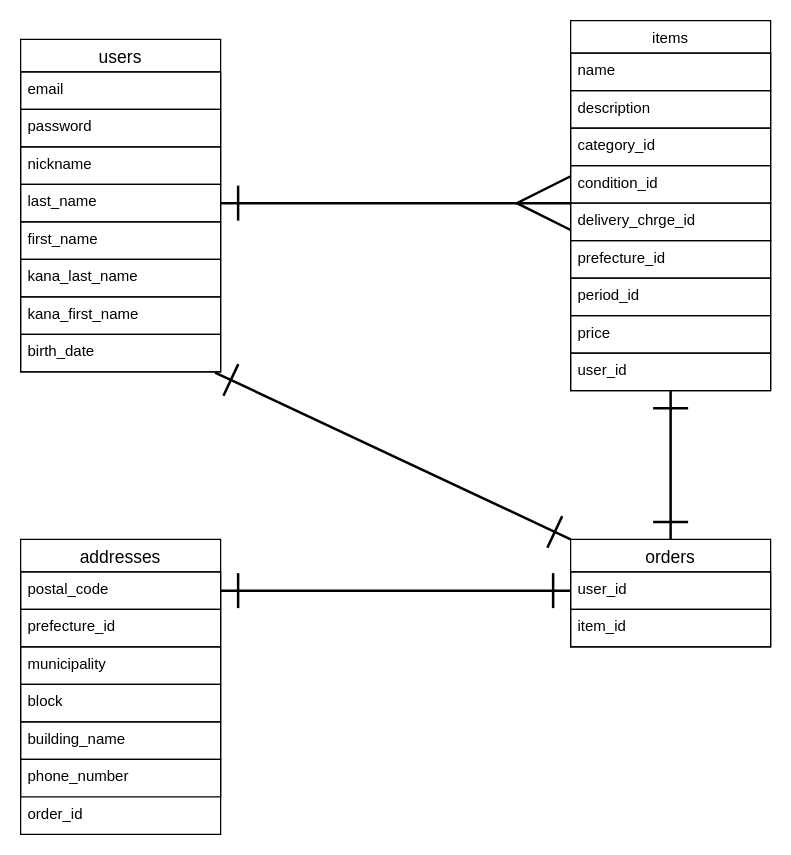
Earlier version of the draw.io diagram ER.dio (shun-09/furima-39851). Source tidied: cells renumbered, new cells numbered last; positions are measured from the earlier drawing's top-left corner, leaving out a move shared by most shapes. Both pictures are drawn from the tidied source at 125%, with x=0, y=0 at pixel (20, 20).
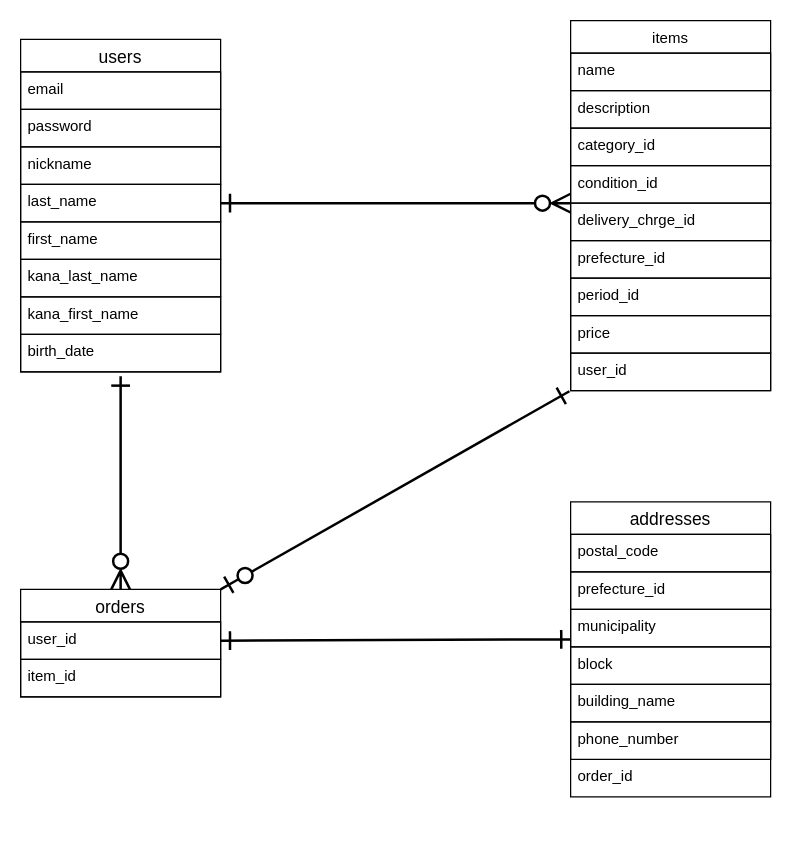
After the change.

Commit message (it also covers changes not shown here):
アソシエーションの修正

Unchanged cells that the change refers to:
```xml
<mxCell id="6" value="last_name" style="text;strokeColor=default;fillColor=none;spacingLeft=4;spacingRight=4;overflow=hidden;points=[[0,0.5],[1,0.5]];portConstraint=eastwest;fontSize=12;" parent="2" vertex="1">
  <mxGeometry y="116" width="160" height="30" as="geometry" />
</mxCell>
<mxCell id="10" value="birth_date" style="text;strokeColor=default;fillColor=none;spacingLeft=4;spacingRight=4;overflow=hidden;points=[[0,0.5],[1,0.5]];portConstraint=eastwest;fontSize=12;" parent="2" vertex="1">
  <mxGeometry y="236" width="160" height="30" as="geometry" />
</mxCell>
<mxCell id="20" value="user_id" style="text;strokeColor=default;fillColor=none;spacingLeft=4;spacingRight=4;overflow=hidden;points=[[0,0.5],[1,0.5]];portConstraint=eastwest;fontSize=12;" parent="11" vertex="1">
  <mxGeometry y="266" width="160" height="30" as="geometry" />
</mxCell>
<mxCell id="23" value="postal_code" style="text;strokeColor=default;fillColor=none;spacingLeft=4;spacingRight=4;overflow=hidden;points=[[0,0.5],[1,0.5]];portConstraint=eastwest;fontSize=12;labelBackgroundColor=none;" parent="22" vertex="1">
  <mxGeometry y="26" width="160" height="30" as="geometry" />
</mxCell>
<mxCell id="33" value="user_id" style="text;strokeColor=default;fillColor=none;spacingLeft=4;spacingRight=4;overflow=hidden;points=[[0,0.5],[1,0.5]];portConstraint=eastwest;fontSize=12;labelBackgroundColor=none;" parent="32" vertex="1">
  <mxGeometry y="26" width="160" height="30" as="geometry" />
</mxCell>
```

The edit, as a diff of the source:
```diff
@@
-    <mxCell id="21" style="edgeStyle=none;html=1;exitX=1;exitY=0.5;exitDx=0;exitDy=0;startArrow=ERone;startFill=0;rounded=1;endArrow=ERmany;endFill=0;sourcePerimeterSpacing=0;strokeWidth=2;jumpSize=6;startSize=25;endSize=40;" parent="1" edge="1" source="6">
+    <mxCell id="21" style="edgeStyle=none;html=1;exitX=1;exitY=0.5;exitDx=0;exitDy=0;startArrow=ERone;startFill=0;rounded=1;endArrow=ERzeroToMany;endFill=0;sourcePerimeterSpacing=0;strokeWidth=2;jumpSize=6;startSize=12;endSize=12;" parent="1" edge="1" source="6">
       <mxGeometry relative="1" as="geometry">
         <mxPoint x="440" y="146" as="targetPoint" />
       </mxGeometry>
     </mxCell>
     <mxCell id="22" value="addresses" style="swimlane;fontStyle=0;horizontal=1;startSize=26;align=center;fontSize=14;labelBackgroundColor=none;strokeColor=default;" parent="1" vertex="1">
-      <mxGeometry y="415" width="160" height="236" as="geometry" />
+      <mxGeometry x="440" y="385" width="160" height="236" as="geometry" />
     </mxCell>
@@
-    <mxCell id="30" style="endArrow=ERone;html=1;rounded=0;strokeWidth=2;fontSize=12;startSize=25;endSize=25;sourcePerimeterSpacing=0;jumpSize=6;exitX=1;exitY=0.5;exitDx=0;exitDy=0;startArrow=ERone;startFill=0;endFill=0;entryX=0;entryY=0.5;entryDx=0;entryDy=0;" parent="1" edge="1" source="23" target="33">
-      <mxGeometry relative="1" as="geometry" />
+    <mxCell id="30" style="endArrow=ERone;html=1;rounded=0;strokeWidth=2;fontSize=12;startSize=12;endSize=12;sourcePerimeterSpacing=0;jumpSize=6;startArrow=ERone;startFill=0;endFill=0;entryX=1;entryY=0.5;entryDx=0;entryDy=0;" parent="1" edge="1" target="33">
+      <mxGeometry relative="1" as="geometry">
+        <mxPoint x="440" y="495" as="sourcePoint" />
+      </mxGeometry>
     </mxCell>
-    <mxCell id="31" style="endArrow=ERone;html=1;rounded=0;strokeWidth=2;fontSize=12;startSize=25;endSize=25;sourcePerimeterSpacing=0;jumpSize=6;exitX=0;exitY=0;exitDx=0;exitDy=0;startArrow=ERone;startFill=0;endFill=0;entryX=0.972;entryY=1.017;entryDx=0;entryDy=0;entryPerimeter=0;" parent="1" edge="1" source="32" target="10">
+    <mxCell id="31" style="endArrow=ERone;html=1;rounded=0;strokeWidth=2;fontSize=12;startSize=12;endSize=12;sourcePerimeterSpacing=0;jumpSize=6;exitX=0.5;exitY=0;exitDx=0;exitDy=0;startArrow=ERzeroToMany;startFill=0;endFill=0;entryX=0.5;entryY=1.117;entryDx=0;entryDy=0;entryPerimeter=0;" parent="1" edge="1" source="32" target="10">
       <mxGeometry relative="1" as="geometry" />
     </mxCell>
     <mxCell id="32" value="orders" style="swimlane;fontStyle=0;horizontal=1;startSize=26;align=center;fontSize=14;labelBackgroundColor=none;strokeColor=default;" parent="1" vertex="1">
-      <mxGeometry x="440" y="415" width="160" height="86" as="geometry" />
+      <mxGeometry y="455" width="160" height="86" as="geometry" />
     </mxCell>
@@
-    <mxCell id="35" style="endArrow=ERone;html=1;rounded=0;strokeWidth=2;fontSize=12;startSize=25;endSize=25;sourcePerimeterSpacing=0;jumpSize=6;startArrow=ERone;startFill=0;endFill=0;entryX=0.5;entryY=0;entryDx=0;entryDy=0;" parent="1" edge="1" source="20" target="32">
+    <mxCell id="35" style="endArrow=ERzeroToOne;html=1;rounded=0;strokeWidth=2;fontSize=12;startSize=12;endSize=12;sourcePerimeterSpacing=0;jumpSize=6;startArrow=ERone;startFill=0;endFill=0;entryX=1;entryY=0;entryDx=0;entryDy=0;exitX=-0.006;exitY=1.017;exitDx=0;exitDy=0;exitPerimeter=0;" parent="1" edge="1" source="20" target="32">
       <mxGeometry relative="1" as="geometry" />
     </mxCell>
```
